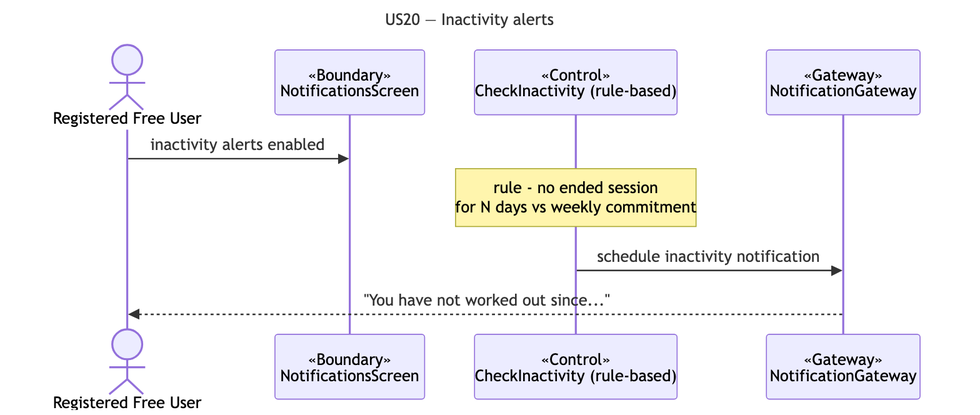
Before: docs/deliverables/sequence-diagrams/US20-inactivity-alerts.png, a diagram exported from Mermaid (cyuanjun/FYP-26-S2-37-app). Its source is kept beside it as docs/deliverables/sequence-diagrams/src/US20-inactivity-alerts.mmd.
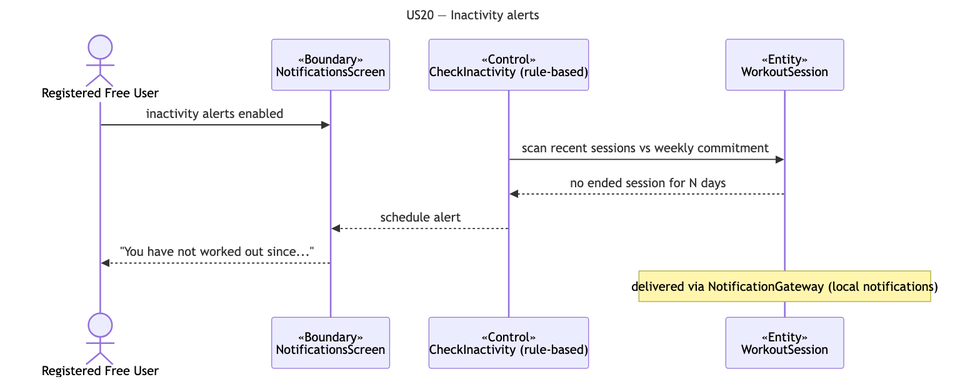
Above is the later version.

Diff of the diagram source:
```diff
@@ -5,8 +5,10 @@
   actor A as Registered Free User
   participant B as «Boundary»<br/>NotificationsScreen
   participant C as «Control»<br/>CheckInactivity (rule-based)
-  participant G as «Gateway»<br/>NotificationGateway
+  participant E as «Entity»<br/>WorkoutSession
   A->>B: inactivity alerts enabled
-  note over C: rule - no ended session<br/>for N days vs weekly commitment
-  C->>G: schedule inactivity notification
-  G-->>A: "You have not worked out since..."
+  C->>E: scan recent sessions vs weekly commitment
+  E-->>C: no ended session for N days
+  C-->>B: schedule alert
+  B-->>A: "You have not worked out since..."
+  note over E: delivered via NotificationGateway (local notifications)
```
